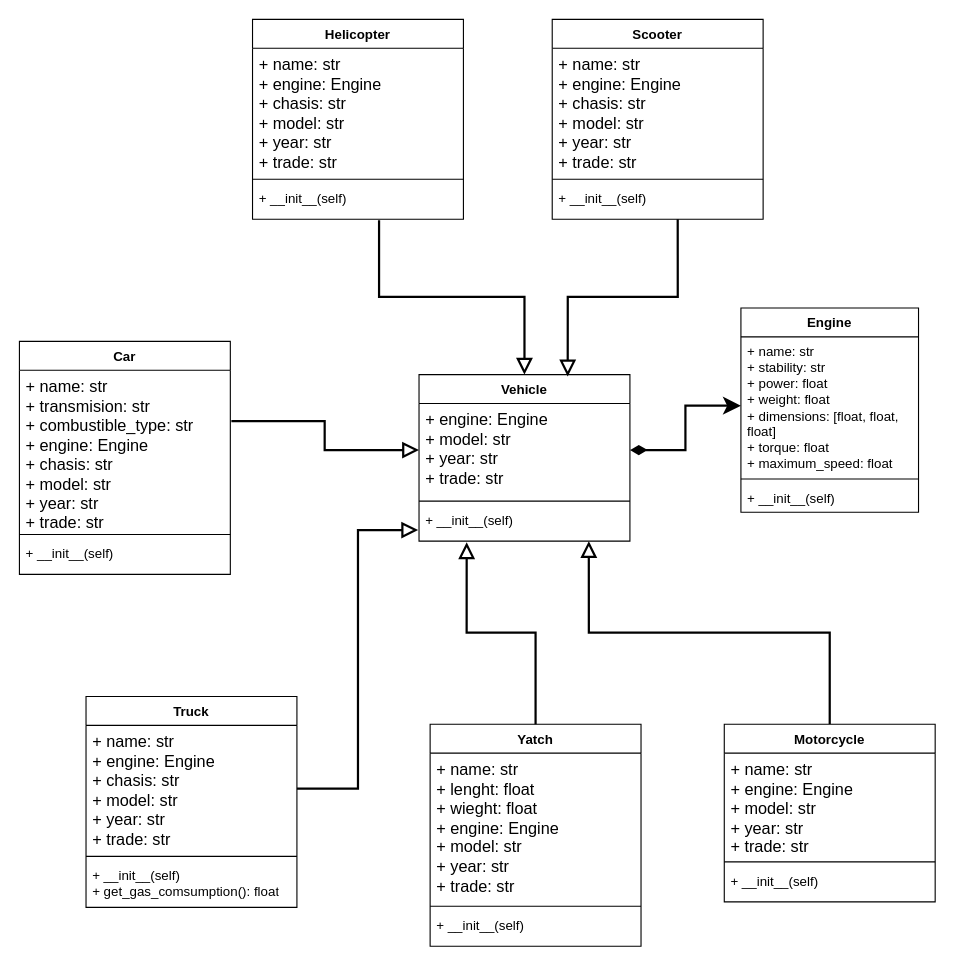
Above: Software Design/Workshops/Workshop 2/SD-WorkShop2.drawio in YoshiK13/UD_Classes (draw.io), before the change. Source tidied: cells renumbered, new cells numbered last; positions are measured from the earlier drawing's top-left corner, leaving out a move shared by most shapes. Both pictures are drawn from the tidied source at 111%, with x=0, y=0 at pixel (19, 19).
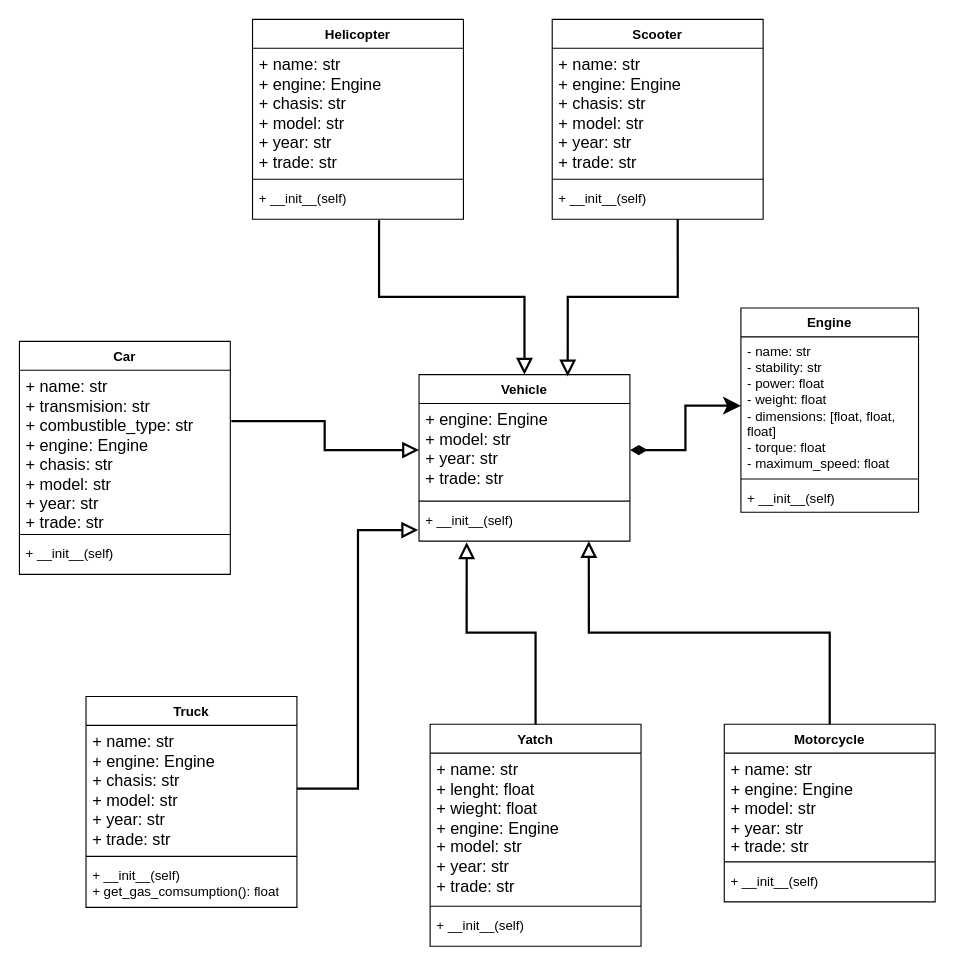
The same diagram, later.

The change refers to these unchanged cells:
```xml
<mxCell id="2" value="Engine" style="swimlane;fontStyle=1;align=center;verticalAlign=top;horizontal=1;startSize=26;whiteSpace=wrap;html=1;" parent="1" vertex="1">
  <mxGeometry x="650" y="260" width="160" height="184" as="geometry" />
</mxCell>
```

Change to the diagram source:
```diff
@@
-    <mxCell id="3" value="+ name: str&lt;div&gt;+&amp;nbsp;&lt;span style=&quot;background-color: initial;&quot;&gt;stability: str&lt;/span&gt;&lt;/div&gt;&lt;div&gt;&lt;span style=&quot;background-color: initial;&quot;&gt;+ power: float&lt;/span&gt;&lt;/div&gt;&lt;div&gt;&lt;span style=&quot;background-color: initial;&quot;&gt;+ weight: float&lt;/span&gt;&lt;/div&gt;&lt;div&gt;&lt;span style=&quot;background-color: initial;&quot;&gt;+ dimensions: [float, float, float]&lt;/span&gt;&lt;/div&gt;&lt;div&gt;&lt;span style=&quot;background-color: initial;&quot;&gt;+ torque: float&lt;/span&gt;&lt;/div&gt;&lt;div&gt;&lt;span style=&quot;background-color: initial;&quot;&gt;+ maximum_speed: float&lt;/span&gt;&lt;/div&gt;&lt;p class=&quot;MsoNormal&quot;&gt;&lt;span lang=&quot;ES-CO&quot;&gt;&lt;/span&gt;&lt;/p&gt;&lt;div&gt;&lt;br&gt;&lt;div&gt;&lt;br&gt;&lt;/div&gt;&lt;/div&gt;" style="text;strokeColor=none;fillColor=none;align=left;verticalAlign=top;spacingLeft=4;spacingRight=4;overflow=hidden;points=[[0,0.5],[1,0.5]];portConstraint=eastwest;whiteSpace=wrap;html=1;" parent="2" vertex="1">
+    <mxCell id="3" value="- name: str&lt;div&gt;-&amp;nbsp;&lt;span style=&quot;background-color: initial;&quot;&gt;stability: str&lt;/span&gt;&lt;/div&gt;&lt;div&gt;&lt;span style=&quot;background-color: initial;&quot;&gt;- power: float&lt;/span&gt;&lt;/div&gt;&lt;div&gt;&lt;span style=&quot;background-color: initial;&quot;&gt;- weight: float&lt;/span&gt;&lt;/div&gt;&lt;div&gt;&lt;span style=&quot;background-color: initial;&quot;&gt;- dimensions: [float, float, float]&lt;/span&gt;&lt;/div&gt;&lt;div&gt;&lt;span style=&quot;background-color: initial;&quot;&gt;- torque: float&lt;/span&gt;&lt;/div&gt;&lt;div&gt;&lt;span style=&quot;background-color: initial;&quot;&gt;- maximum_speed: float&lt;/span&gt;&lt;/div&gt;&lt;p class=&quot;MsoNormal&quot;&gt;&lt;span lang=&quot;ES-CO&quot;&gt;&lt;/span&gt;&lt;/p&gt;&lt;div&gt;&lt;br&gt;&lt;div&gt;&lt;br&gt;&lt;/div&gt;&lt;/div&gt;" style="text;strokeColor=none;fillColor=none;align=left;verticalAlign=top;spacingLeft=4;spacingRight=4;overflow=hidden;points=[[0,0.5],[1,0.5]];portConstraint=eastwest;whiteSpace=wrap;html=1;" parent="2" vertex="1">
       <mxGeometry y="26" width="160" height="124" as="geometry" />
     </mxCell>
```
